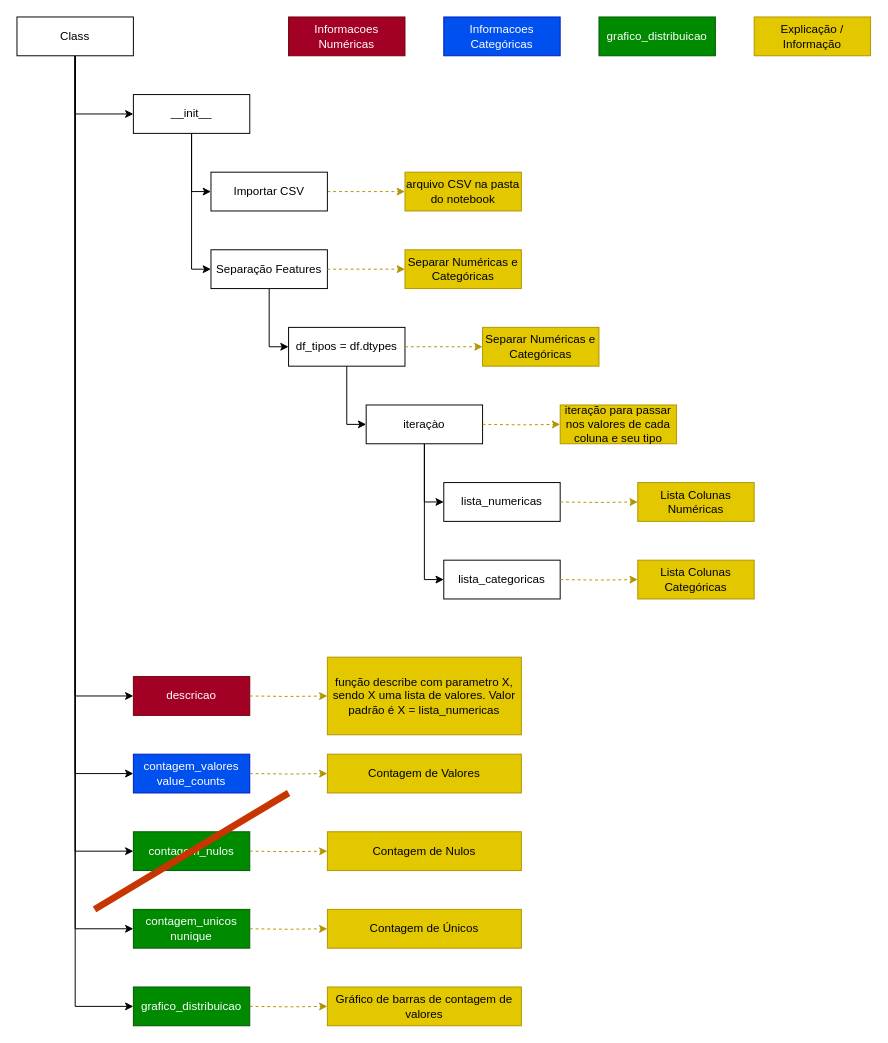
Earlier version of the draw.io diagram assets/Projeto_DataViz.drawio (MarceloHenriques/Projeto_Data_Quality). Source tidied: cells renumbered, new cells numbered last; positions are measured from the earlier drawing's top-left corner, leaving out a move shared by most shapes. Both pictures are drawn from the tidied source at 97%, with x=0, y=0 at pixel (16, 16).
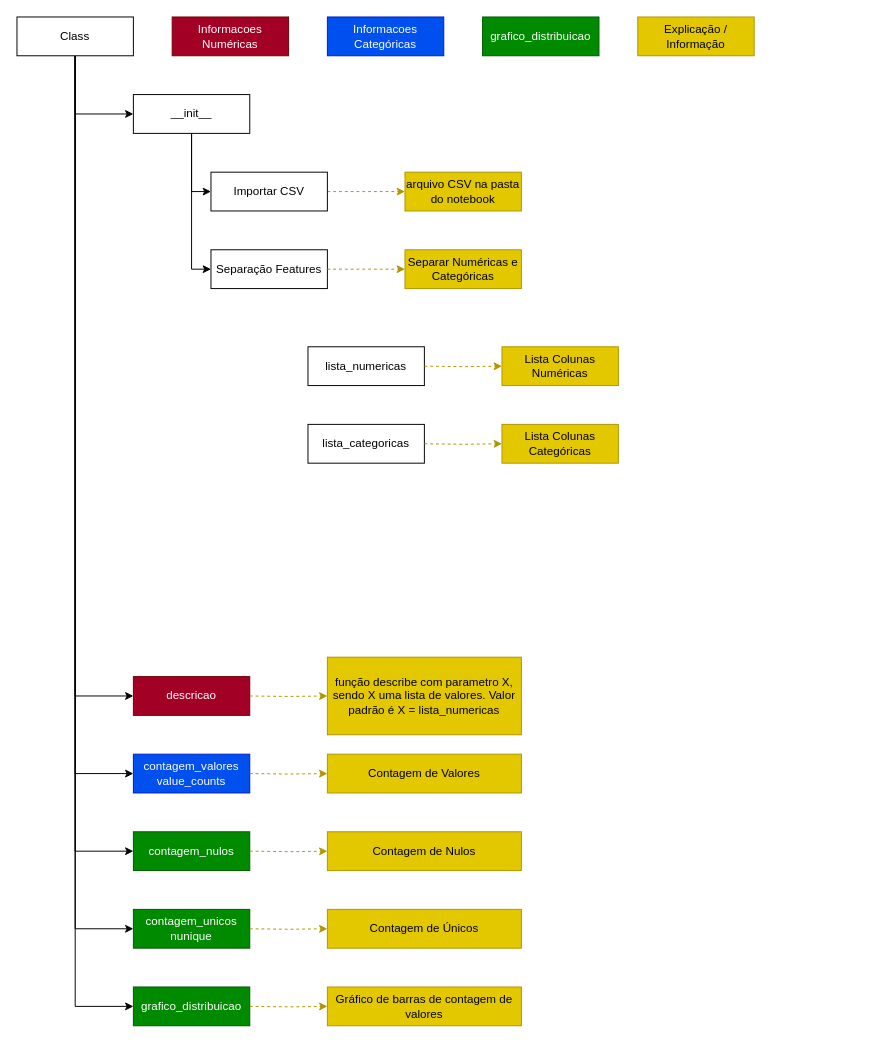
The same page after the edit.

Unchanged cells that the change refers to:
```xml
<mxCell id="13" value="Separação Features" style="rounded=0;whiteSpace=wrap;html=1;" parent="1" vertex="1">
  <mxGeometry x="200" y="240" width="120" height="40" as="geometry" />
</mxCell>
```

What changed in the source:
```diff
@@
-    <mxCell id="12" style="edgeStyle=orthogonalEdgeStyle;rounded=0;jettySize=auto;html=1;entryX=0;entryY=0.5;entryDx=0;entryDy=0;" parent="1" edge="1" source="13" target="17">
-      <mxGeometry relative="1" as="geometry" />
-    </mxCell>
@@
-    <mxCell id="16" style="edgeStyle=orthogonalEdgeStyle;rounded=0;jettySize=auto;html=1;entryX=0;entryY=0.5;entryDx=0;entryDy=0;" parent="1" edge="1" source="17" target="24">
-      <mxGeometry relative="1" as="geometry" />
-    </mxCell>
-    <mxCell id="17" value="df_tipos = df.dtypes" style="rounded=0;whiteSpace=wrap;html=1;" parent="1" vertex="1">
-      <mxGeometry x="280" y="320" width="120" height="40" as="geometry" />
-    </mxCell>
-    <mxCell id="18" value="Separar Numéricas e Categóricas" style="rounded=0;whiteSpace=wrap;html=1;fillColor=#e3c800;fontColor=#000000;strokeColor=#B09500;" parent="1" vertex="1">
-      <mxGeometry x="480" y="320" width="120" height="40" as="geometry" />
-    </mxCell>
-    <mxCell id="19" style="edgeStyle=orthogonalEdgeStyle;rounded=0;jettySize=auto;html=1;dashed=1;fillColor=#e3c800;strokeColor=#B09500;entryX=0;entryY=0.5;entryDx=0;entryDy=0;exitX=1;exitY=0.5;exitDx=0;exitDy=0;" parent="1" edge="1" source="17" target="18">
-      <mxGeometry relative="1" as="geometry" />
-    </mxCell>
     <mxCell id="20" value="lista_numericas" style="rounded=0;whiteSpace=wrap;html=1;" parent="1" vertex="1">
-      <mxGeometry x="440" y="480" width="120" height="40" as="geometry" />
+      <mxGeometry x="300" y="340" width="120" height="40" as="geometry" />
     </mxCell>
     <mxCell id="21" value="lista_categoricas" style="rounded=0;whiteSpace=wrap;html=1;" parent="1" vertex="1">
-      <mxGeometry x="440" y="560" width="120" height="40" as="geometry" />
+      <mxGeometry x="300" y="420" width="120" height="40" as="geometry" />
     </mxCell>
-    <mxCell id="22" style="edgeStyle=orthogonalEdgeStyle;rounded=0;jettySize=auto;html=1;entryX=0;entryY=0.5;entryDx=0;entryDy=0;" parent="1" edge="1" source="24" target="20">
-      <mxGeometry relative="1" as="geometry" />
-    </mxCell>
-    <mxCell id="23" style="edgeStyle=orthogonalEdgeStyle;rounded=0;jettySize=auto;html=1;entryX=0;entryY=0.5;entryDx=0;entryDy=0;" parent="1" edge="1" source="24" target="21">
-      <mxGeometry relative="1" as="geometry" />
-    </mxCell>
-    <mxCell id="24" value="iteraçào" style="rounded=0;whiteSpace=wrap;html=1;" parent="1" vertex="1">
-      <mxGeometry x="360" y="400" width="120" height="40" as="geometry" />
-    </mxCell>
-    <mxCell id="25" value="iteração para passar nos valores de cada coluna e seu tipo" style="rounded=0;whiteSpace=wrap;html=1;fillColor=#e3c800;fontColor=#000000;strokeColor=#B09500;" parent="1" vertex="1">
-      <mxGeometry x="560" y="400" width="120" height="40" as="geometry" />
-    </mxCell>
-    <mxCell id="26" style="edgeStyle=orthogonalEdgeStyle;rounded=0;jettySize=auto;html=1;dashed=1;fillColor=#e3c800;strokeColor=#B09500;entryX=0;entryY=0.5;entryDx=0;entryDy=0;exitX=1;exitY=0.5;exitDx=0;exitDy=0;" parent="1" edge="1" target="25">
-      <mxGeometry relative="1" as="geometry">
-        <mxPoint x="480" y="420" as="sourcePoint" />
-      </mxGeometry>
-    </mxCell>
     <mxCell id="27" value="Lista Colunas Numéricas" style="rounded=0;whiteSpace=wrap;html=1;fillColor=#e3c800;fontColor=#000000;strokeColor=#B09500;" parent="1" vertex="1">
-      <mxGeometry x="640" y="480" width="120" height="40" as="geometry" />
+      <mxGeometry x="500" y="340" width="120" height="40" as="geometry" />
     </mxCell>
     <mxCell id="28" style="edgeStyle=orthogonalEdgeStyle;rounded=0;jettySize=auto;html=1;dashed=1;fillColor=#e3c800;strokeColor=#B09500;entryX=0;entryY=0.5;entryDx=0;entryDy=0;exitX=1;exitY=0.5;exitDx=0;exitDy=0;" parent="1" edge="1" target="27">
       <mxGeometry relative="1" as="geometry">
-        <mxPoint x="560" y="500" as="sourcePoint" />
+        <mxPoint x="420" y="360" as="sourcePoint" />
       </mxGeometry>
     </mxCell>
     <mxCell id="29" value="Lista Colunas Categóricas" style="rounded=0;whiteSpace=wrap;html=1;fillColor=#e3c800;fontColor=#000000;strokeColor=#B09500;" parent="1" vertex="1">
-      <mxGeometry x="640" y="560" width="120" height="40" as="geometry" />
+      <mxGeometry x="500" y="420" width="120" height="40" as="geometry" />
     </mxCell>
     <mxCell id="30" style="edgeStyle=orthogonalEdgeStyle;rounded=0;jettySize=auto;html=1;dashed=1;fillColor=#e3c800;strokeColor=#B09500;entryX=0;entryY=0.5;entryDx=0;entryDy=0;exitX=1;exitY=0.5;exitDx=0;exitDy=0;" parent="1" edge="1" target="29">
       <mxGeometry relative="1" as="geometry">
-        <mxPoint x="560" y="580" as="sourcePoint" />
+        <mxPoint x="420" y="440" as="sourcePoint" />
       </mxGeometry>
     </mxCell>
@@
     <mxCell id="37" value="Informacoes Numéricas" style="rounded=0;whiteSpace=wrap;html=1;fillColor=#a20025;fontColor=#ffffff;strokeColor=#6F0000;" parent="1" vertex="1">
-      <mxGeometry x="280" width="120" height="40" as="geometry" />
+      <mxGeometry x="160" width="120" height="40" as="geometry" />
     </mxCell>
     <mxCell id="38" value="Informacoes Categóricas" style="rounded=0;whiteSpace=wrap;html=1;fillColor=#0050ef;fontColor=#ffffff;strokeColor=#001DBC;" parent="1" vertex="1">
-      <mxGeometry x="440" width="120" height="40" as="geometry" />
+      <mxGeometry x="320" width="120" height="40" as="geometry" />
     </mxCell>
     <mxCell id="39" value="Explicação / Informação" style="rounded=0;whiteSpace=wrap;html=1;fillColor=#e3c800;fontColor=#000000;strokeColor=#B09500;" parent="1" vertex="1">
-      <mxGeometry x="760" width="120" height="40" as="geometry" />
+      <mxGeometry x="640" width="120" height="40" as="geometry" />
     </mxCell>
@@
-    <mxCell id="41" style="endArrow=none;html=1;rounded=0;strokeWidth=7;fillColor=#fa6800;strokeColor=#C73500;" parent="1" edge="1">
-      <mxGeometry relative="1" as="geometry">
-        <mxPoint x="80" y="920" as="sourcePoint" />
-        <mxPoint x="280" y="800" as="targetPoint" />
-      </mxGeometry>
-    </mxCell>
@@
     <mxCell id="53" value="grafico_distribuicao" style="rounded=0;whiteSpace=wrap;html=1;fillColor=#008a00;fontColor=#ffffff;strokeColor=#005700;" parent="1" vertex="1">
-      <mxGeometry x="600" width="120" height="40" as="geometry" />
+      <mxGeometry x="480" width="120" height="40" as="geometry" />
     </mxCell>
```
